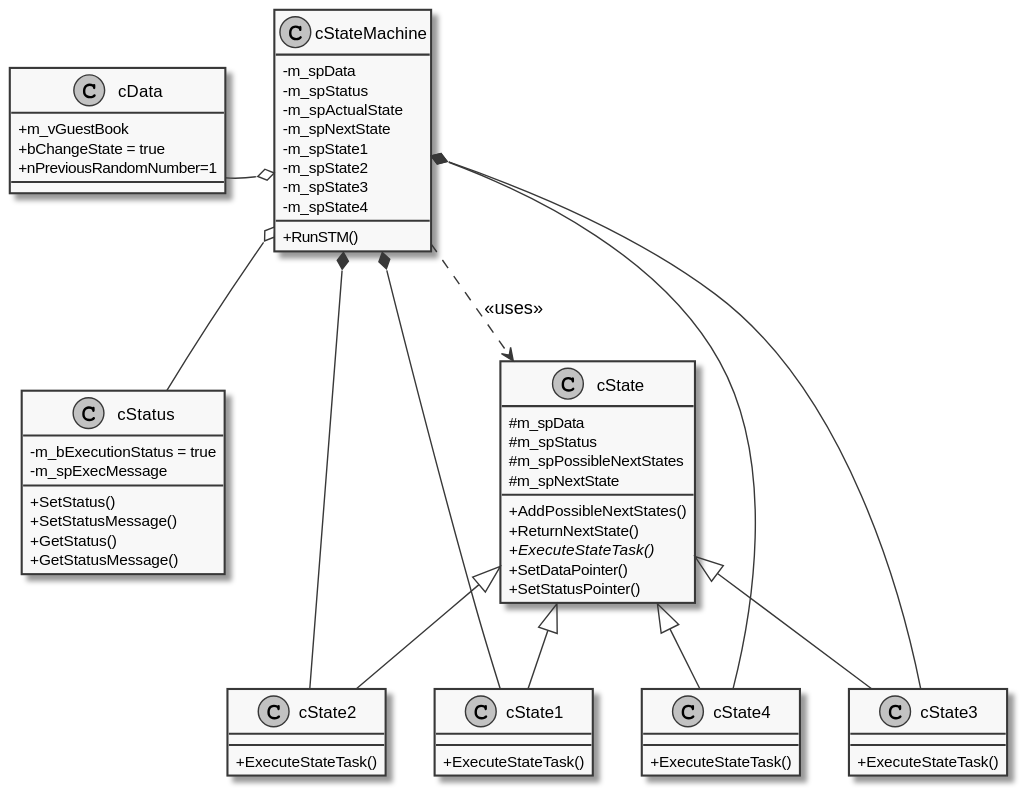
Earlier version of the PlantUML export ClassDiagram.svg (VPERepos/StateMachineDesignPattern). Source of this version:
```plantuml
@startuml

skinparam monochrome true
skinparam classAttributeIconSize 0

together dataAndStatusGroup{
    class cData{
        +m_vGuestBook
        +bChangeState = true
        +nPreviousRandomNumber=1
    }

    class cStatus{
        +SetStatus()
        +SetStatusMessage()
        +GetStatus()
        +GetStatusMessage()
        -m_bExecutionStatus = true
        -m_spExecMessage
    }
}
class cStateMachine{
    -m_spData
    -m_spStatus
    -m_spActualState
    -m_spNextState
    -m_spState1
    -m_spState2
    -m_spState3
    -m_spState4
    +RunSTM()
}

class cState{
    #m_spData
    #m_spStatus
    #m_spPossibleNextStates
    #m_spNextState
    +AddPossibleNextStates()
    +ReturnNextState()
    {abstract}+ExecuteStateTask()
    +SetDataPointer()
    +SetStatusPointer()
}
class cState1{
    +ExecuteStateTask()
}
class cState2{
    +ExecuteStateTask()
}
class cState3{
    +ExecuteStateTask()
}
class cState4{
    +ExecuteStateTask()
}

cState <|-- cState1
cState <|-- cState2
cState <|-- cState3
cState <|-- cState4


cStateMachine *-- cState1
cStateMachine *-- cState2
cStateMachine *-- cState3
cStateMachine *-- cState4

cStateMachine ..> cState:<<uses>>

cData -[hidden]down- cStatus
cStateMachine o-- cData
cStateMachine o-- cStatus

cStateMachine -[hidden]right-- cData
cStateMachine -[hidden]right-- cStatus
@enduml
```
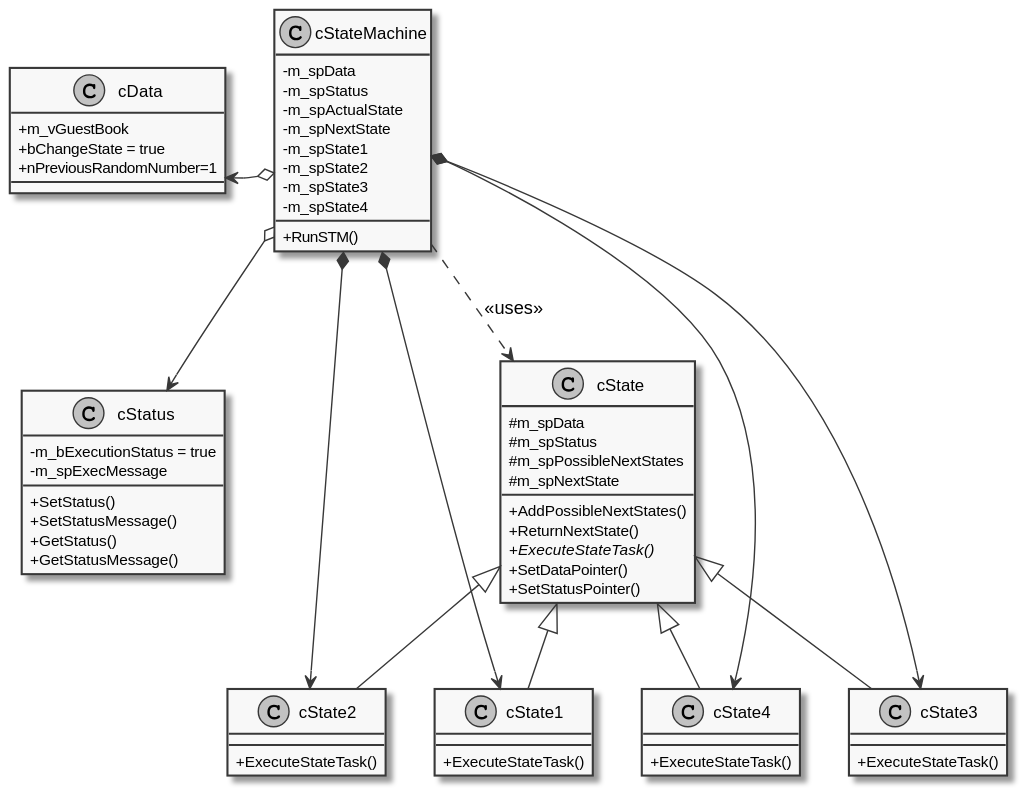
The same file after the commit.

Commit message:
corrected direction of connections in class diagram

The edit, as a diff of the source:
```diff
@@ -61,16 +61,16 @@
 cState <|-- cState4
 
 
-cStateMachine *-- cState1
-cStateMachine *-- cState2
-cStateMachine *-- cState3
-cStateMachine *-- cState4
+cStateMachine *--> cState1
+cStateMachine *--> cState2
+cStateMachine *--> cState3
+cStateMachine *--> cState4
 
 cStateMachine ..> cState:<<uses>>
 
 cData -[hidden]down- cStatus
-cStateMachine o-- cData
-cStateMachine o-- cStatus
+cStateMachine o--> cData
+cStateMachine o--> cStatus
 
 cStateMachine -[hidden]right-- cData
 cStateMachine -[hidden]right-- cStatus
```
